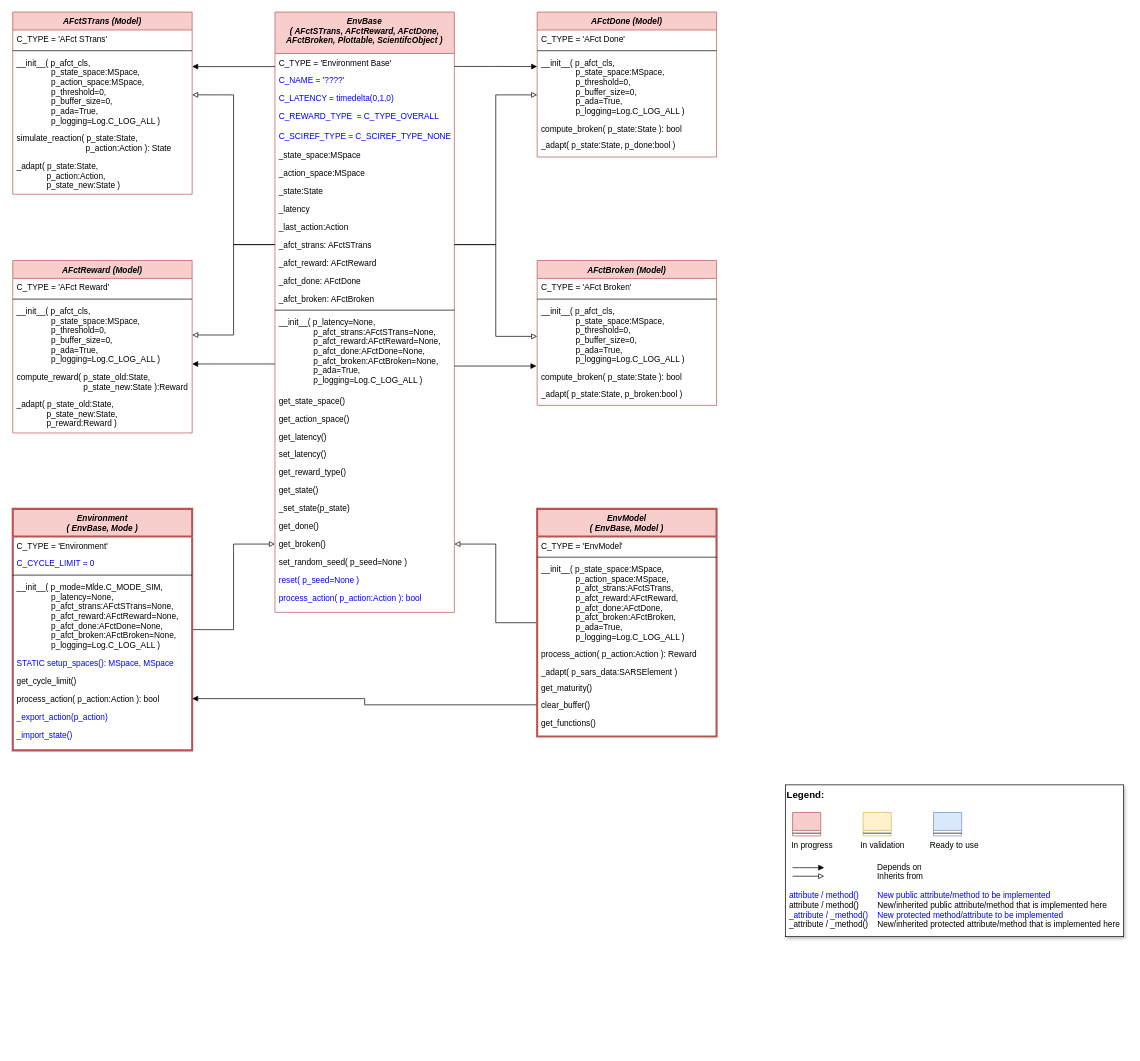
This is doc/rl/02 env/MLPro-RL-Env class diagram2.drawio from fhswf/MLPro, a draw.io file, before an edit. Source tidied: cells renumbered, new cells numbered last; positions are measured from the earlier drawing's top-left corner, leaving out a move shared by most shapes. Both pictures are drawn from the tidied source at 69%, with x=0, y=0 at pixel (12, 12).
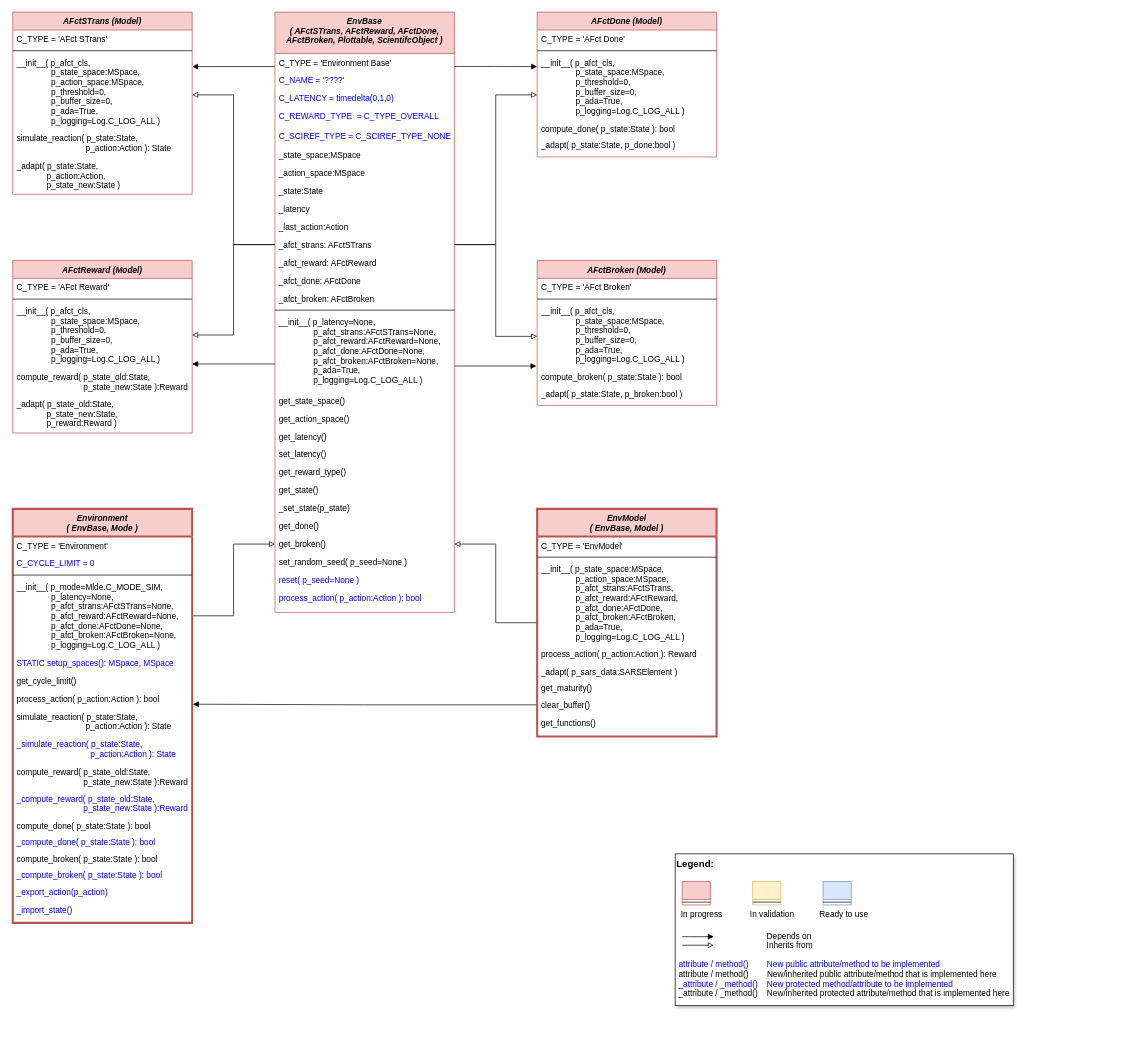
The same diagram, later.

Commit message:
RL-ENV: Model improvements

Unchanged cells that the change refers to:
```xml
<mxCell id="7" value="__init__( p_mode=Mlde.C_MODE_SIM,&#10;               p_latency=None, &#10;               p_afct_strans:AFctSTrans=None,&#10;               p_afct_reward:AFctReward=None,&#10;               p_afct_done:AFctDone=None,&#10;               p_afct_broken:AFctBroken=None,&#10;               p_logging=Log.C_LOG_ALL )" style="text;align=left;verticalAlign=top;spacingLeft=4;spacingRight=4;overflow=hidden;points=[[0,0.5],[1,0.5]];portConstraint=eastwest;" parent="3" vertex="1">
  <mxGeometry y="100" width="260" height="110" as="geometry" />
</mxCell>
<mxCell id="10" value="process_action( p_action:Action ): bool" style="text;align=left;verticalAlign=top;spacingLeft=4;spacingRight=4;overflow=hidden;points=[[0,0.5],[1,0.5]];portConstraint=eastwest;" parent="3" vertex="1">
  <mxGeometry y="262" width="260" height="26" as="geometry" />
</mxCell>
<mxCell id="22" value="clear_buffer()" style="text;align=left;verticalAlign=top;spacingLeft=4;spacingRight=4;overflow=hidden;points=[[0,0.5],[1,0.5]];portConstraint=eastwest;" parent="15" vertex="1">
  <mxGeometry y="271" width="260" height="26" as="geometry" />
</mxCell>
<mxCell id="49" value="get_broken()" style="text;align=left;verticalAlign=top;spacingLeft=4;spacingRight=4;overflow=hidden;points=[[0,0.5],[1,0.5]];portConstraint=eastwest;" parent="24" vertex="1">
  <mxGeometry y="758" width="260" height="26" as="geometry" />
</mxCell>
<mxCell id="59" value="AFctDone (Model)" style="swimlane;fontStyle=3;align=center;verticalAlign=top;horizontal=1;startSize=26;rounded=0;shadow=0;strokeWidth=1;fillColor=#f8cecc;strokeColor=#b85450;" parent="1" vertex="1">
  <mxGeometry x="760" width="260" height="210" as="geometry" />
</mxCell>
```

The edit, as a diff of the source:
```diff
@@
-    <mxCell id="2" style="edgeStyle=orthogonalEdgeStyle;rounded=0;jettySize=auto;html=1;entryX=0;entryY=0.5;entryDx=0;entryDy=0;endArrow=block;endFill=0;" parent="1" edge="1" source="3" target="49">
+    <mxCell id="2" style="edgeStyle=orthogonalEdgeStyle;rounded=0;jettySize=auto;html=1;entryX=0;entryY=0.5;entryDx=0;entryDy=0;endArrow=block;endFill=0;exitX=1;exitY=0.5;exitDx=0;exitDy=0;" parent="1" edge="1" source="7" target="49">
       <mxGeometry relative="1" as="geometry" />
     </mxCell>
     <mxCell id="3" value="Environment &#10;( EnvBase, Mode )" style="swimlane;fontStyle=3;align=center;verticalAlign=top;horizontal=1;startSize=40;rounded=0;shadow=0;strokeWidth=3;fillColor=#f8cecc;strokeColor=#b85450;" parent="1" vertex="1">
-      <mxGeometry y="720" width="260" height="350" as="geometry" />
+      <mxGeometry y="720" width="260" height="600" as="geometry" />
     </mxCell>
@@
+    <mxCell id="95" value="simulate_reaction( p_state:State, &#10;                              p_action:Action ): State" style="text;align=left;verticalAlign=top;spacingLeft=4;spacingRight=4;overflow=hidden;" parent="3" vertex="1">
+      <mxGeometry y="288" width="260" height="40" as="geometry" />
+    </mxCell>
+    <mxCell id="96" value="_simulate_reaction( p_state:State, &#10;                                p_action:Action ): State" style="text;align=left;verticalAlign=top;spacingLeft=4;spacingRight=4;overflow=hidden;fontColor=#0000FF;" parent="3" vertex="1">
+      <mxGeometry y="328" width="260" height="40" as="geometry" />
+    </mxCell>
+    <mxCell id="97" value="compute_reward( p_state_old:State,&#10;                             p_state_new:State ):Reward" style="text;align=left;verticalAlign=top;spacingLeft=4;spacingRight=4;overflow=hidden;" parent="3" vertex="1">
+      <mxGeometry y="368" width="260" height="39" as="geometry" />
+    </mxCell>
+    <mxCell id="98" value="_compute_reward( p_state_old:State,&#10;                             p_state_new:State ):Reward" style="text;align=left;verticalAlign=top;spacingLeft=4;spacingRight=4;overflow=hidden;fontColor=#0000FF;" parent="3" vertex="1">
+      <mxGeometry y="407" width="260" height="39" as="geometry" />
+    </mxCell>
+    <mxCell id="99" value="compute_done( p_state:State ): bool" style="text;align=left;verticalAlign=top;spacingLeft=4;spacingRight=4;overflow=hidden;" parent="3" vertex="1">
+      <mxGeometry y="446" width="260" height="24" as="geometry" />
+    </mxCell>
+    <mxCell id="100" value="_compute_done( p_state:State ): bool" style="text;align=left;verticalAlign=top;spacingLeft=4;spacingRight=4;overflow=hidden;fontColor=#0000FF;" parent="3" vertex="1">
+      <mxGeometry y="470" width="260" height="24" as="geometry" />
+    </mxCell>
+    <mxCell id="101" value="compute_broken( p_state:State ): bool" style="text;align=left;verticalAlign=top;spacingLeft=4;spacingRight=4;overflow=hidden;" parent="3" vertex="1">
+      <mxGeometry y="494" width="260" height="24" as="geometry" />
+    </mxCell>
+    <mxCell id="102" value="_compute_broken( p_state:State ): bool" style="text;align=left;verticalAlign=top;spacingLeft=4;spacingRight=4;overflow=hidden;fontColor=#0000FF;" parent="3" vertex="1">
+      <mxGeometry y="518" width="260" height="24" as="geometry" />
+    </mxCell>
     <mxCell id="11" value="_export_action(p_action)" style="text;align=left;verticalAlign=top;spacingLeft=4;spacingRight=4;overflow=hidden;fontColor=#0000FF;" parent="3" vertex="1">
-      <mxGeometry y="288" width="260" height="26" as="geometry" />
+      <mxGeometry y="542" width="260" height="26" as="geometry" />
     </mxCell>
     <mxCell id="12" value="_import_state()" style="text;align=left;verticalAlign=top;spacingLeft=4;spacingRight=4;overflow=hidden;fontColor=#0000FF;" parent="3" vertex="1">
-      <mxGeometry y="314" width="260" height="26" as="geometry" />
+      <mxGeometry y="568" width="260" height="26" as="geometry" />
     </mxCell>
@@
-    <mxCell id="14" style="edgeStyle=orthogonalEdgeStyle;rounded=0;jettySize=auto;html=1;entryX=1;entryY=0.5;entryDx=0;entryDy=0;endArrow=block;endFill=1;exitX=0;exitY=0.5;exitDx=0;exitDy=0;" parent="1" edge="1" source="22" target="10">
+    <mxCell id="14" style="edgeStyle=orthogonalEdgeStyle;rounded=0;jettySize=auto;html=1;endArrow=block;endFill=1;exitX=0;exitY=0.5;exitDx=0;exitDy=0;entryX=1.004;entryY=0.81;entryDx=0;entryDy=0;entryPerimeter=0;" parent="1" edge="1" source="22" target="10">
       <mxGeometry relative="1" as="geometry" />
     </mxCell>
@@
-    <mxCell id="63" value="compute_broken( p_state:State ): bool" style="text;align=left;verticalAlign=top;spacingLeft=4;spacingRight=4;overflow=hidden;" parent="59" vertex="1">
+    <mxCell id="63" value="compute_done( p_state:State ): bool" style="text;align=left;verticalAlign=top;spacingLeft=4;spacingRight=4;overflow=hidden;" parent="59" vertex="1">
       <mxGeometry y="156" width="260" height="24" as="geometry" />
     </mxCell>
@@
     <mxCell id="77" style="group;" parent="1" vertex="1">
-      <mxGeometry x="1120" y="1120" width="490" height="220" as="geometry" />
+      <mxGeometry x="960" y="1220" width="490" height="220" as="geometry" />
     </mxCell>
```
